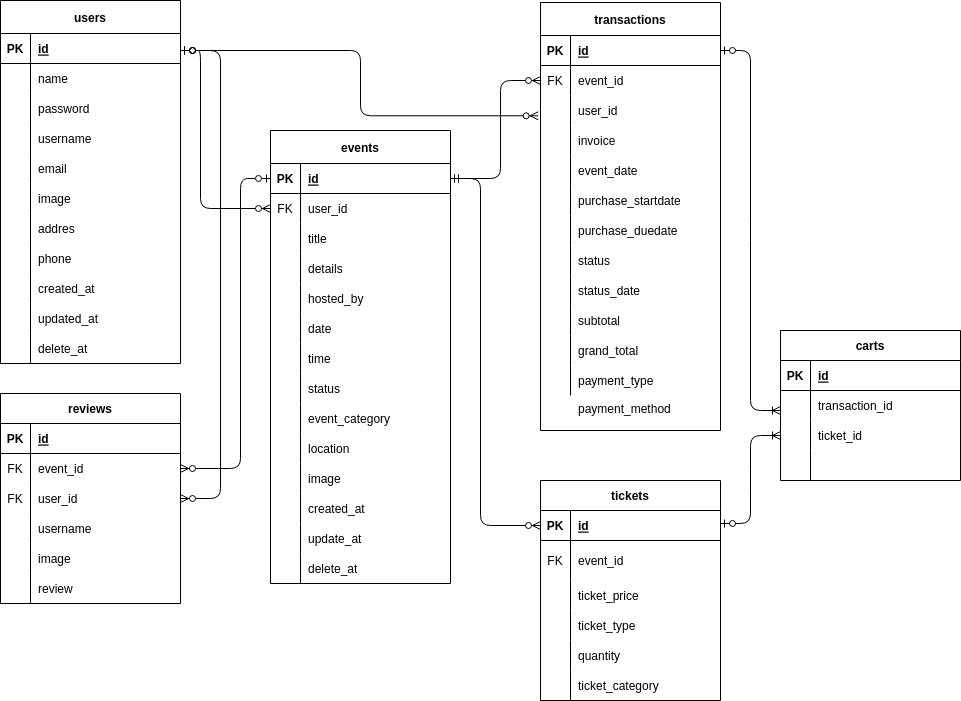
This is docs/ERD Event App.drawio.png from wanta-zulfikri/Event-Planning-App, a draw.io export, as it was before one commit. Source tidied: cells renumbered, new cells last; positions are measured from the earlier drawing's top-left corner, leaving out a move shared by most shapes.
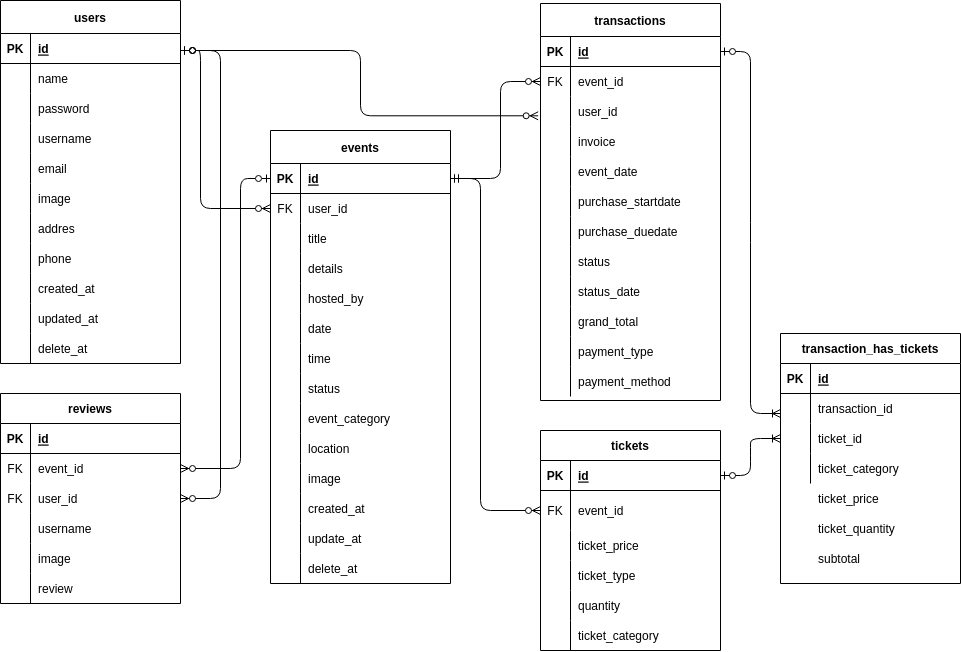
Above is the later version.

Change to the diagram source:
```diff
@@ -234,7 +234,7 @@
       <mxGeometry x="30" width="150" height="30" as="geometry" />
     </mxCell>
     <mxCell id="79" value="transactions" style="shape=table;startSize=33;rowLines=0;fontStyle=1;align=center;" parent="1" vertex="1">
-      <mxGeometry x="540" y="2" width="180" height="428" as="geometry" />
+      <mxGeometry x="540" y="3" width="180" height="397" as="geometry" />
     </mxCell>
     <mxCell id="80" style="shape=tableRow;horizontal=0;startSize=0;swimlaneHead=0;swimlaneBody=0;fillColor=none;points=[[0,0.5],[1,0.5]];portConstraint=eastwest;top=0;left=0;right=0;bottom=1;" parent="79" vertex="1">
       <mxGeometry y="33" width="180" height="30" as="geometry" />
@@ -323,7 +323,7 @@
     <mxCell id="108" style="shape=partialRectangle;fillColor=none;top=0;left=0;bottom=0;right=0;overflow=hidden;" parent="107" vertex="1">
       <mxGeometry width="30" height="30" as="geometry" />
     </mxCell>
-    <mxCell id="109" value="subtotal" style="shape=partialRectangle;fillColor=none;top=0;left=0;bottom=0;right=0;align=left;spacingLeft=6;overflow=hidden;" parent="107" vertex="1">
+    <mxCell id="109" value="grand_total" style="shape=partialRectangle;fillColor=none;top=0;left=0;bottom=0;right=0;align=left;spacingLeft=6;overflow=hidden;" parent="107" vertex="1">
       <mxGeometry x="30" width="150" height="30" as="geometry" />
     </mxCell>
     <mxCell id="110" style="shape=tableRow;horizontal=0;startSize=0;swimlaneHead=0;swimlaneBody=0;fillColor=none;top=0;left=0;right=0;bottom=0;" parent="79" vertex="1">
@@ -332,7 +332,7 @@
     <mxCell id="111" style="shape=partialRectangle;fillColor=none;top=0;left=0;bottom=0;right=0;overflow=hidden;" parent="110" vertex="1">
       <mxGeometry width="30" height="30" as="geometry" />
     </mxCell>
-    <mxCell id="112" value="grand_total" style="shape=partialRectangle;fillColor=none;top=0;left=0;bottom=0;right=0;align=left;spacingLeft=6;overflow=hidden;" parent="110" vertex="1">
+    <mxCell id="112" value="payment_type" style="shape=partialRectangle;fillColor=none;top=0;left=0;bottom=0;right=0;align=left;spacingLeft=6;overflow=hidden;" parent="110" vertex="1">
       <mxGeometry x="30" width="150" height="30" as="geometry" />
     </mxCell>
     <mxCell id="113" style="shape=tableRow;horizontal=0;startSize=0;swimlaneHead=0;swimlaneBody=0;fillColor=none;top=0;left=0;right=0;bottom=0;" parent="79" vertex="1">
@@ -341,7 +341,7 @@
     <mxCell id="114" style="shape=partialRectangle;fillColor=none;top=0;left=0;bottom=0;right=0;overflow=hidden;" parent="113" vertex="1">
       <mxGeometry width="30" height="30" as="geometry" />
     </mxCell>
-    <mxCell id="115" value="payment_type" style="shape=partialRectangle;fillColor=none;top=0;left=0;bottom=0;right=0;align=left;spacingLeft=6;overflow=hidden;" parent="113" vertex="1">
+    <mxCell id="115" value="payment_method" style="shape=partialRectangle;fillColor=none;top=0;left=0;bottom=0;right=0;align=left;spacingLeft=6;overflow=hidden;" parent="113" vertex="1">
       <mxGeometry x="30" width="150" height="30" as="geometry" />
     </mxCell>
     <mxCell id="116" value="reviews" style="shape=table;startSize=30;rowLines=0;fontStyle=1;align=center;" parent="1" vertex="1">
@@ -402,7 +402,7 @@
       <mxGeometry x="30" width="150" height="30" as="geometry" />
     </mxCell>
     <mxCell id="135" value="tickets" style="shape=table;startSize=30;rowLines=0;fontStyle=1;align=center;" parent="1" vertex="1">
-      <mxGeometry x="540" y="480" width="180" height="220" as="geometry" />
+      <mxGeometry x="540" y="430" width="180" height="220" as="geometry" />
     </mxCell>
     <mxCell id="136" style="shape=tableRow;horizontal=0;startSize=0;swimlaneHead=0;swimlaneBody=0;fillColor=none;points=[[0,0.5],[1,0.5]];portConstraint=eastwest;top=0;left=0;right=0;bottom=1;" parent="135" vertex="1">
       <mxGeometry y="30" width="180" height="30" as="geometry" />
@@ -458,7 +458,7 @@
     <mxCell id="153" value="ticket_category" style="shape=partialRectangle;fillColor=none;top=0;left=0;bottom=0;right=0;align=left;spacingLeft=6;overflow=hidden;" parent="151" vertex="1">
       <mxGeometry x="30" width="150" height="30" as="geometry" />
     </mxCell>
-    <mxCell id="154" style="edgeStyle=elbowEdgeStyle;fontSize=12;html=1;endArrow=ERzeroToMany;startArrow=ERmandOne;entryX=0;entryY=0.5;entryDx=0;entryDy=0;exitX=1;exitY=0.5;exitDx=0;exitDy=0;" parent="1" edge="1" source="37" target="136">
+    <mxCell id="154" style="edgeStyle=elbowEdgeStyle;fontSize=12;html=1;endArrow=ERzeroToMany;startArrow=ERmandOne;entryX=0;entryY=0.5;entryDx=0;entryDy=0;exitX=1;exitY=0.5;exitDx=0;exitDy=0;" parent="1" edge="1" source="37" target="139">
       <mxGeometry relative="1" as="geometry">
         <Array as="points">
           <mxPoint x="480" y="350" />
@@ -475,8 +475,8 @@
         </Array>
       </mxGeometry>
     </mxCell>
-    <mxCell id="156" value="carts" style="shape=table;startSize=30;rowLines=0;fontStyle=1;align=center;" parent="1" vertex="1">
-      <mxGeometry x="780" y="330" width="180" height="150" as="geometry" />
+    <mxCell id="156" value="transaction_has_tickets" style="shape=table;startSize=30;rowLines=0;fontStyle=1;align=center;" parent="1" vertex="1">
+      <mxGeometry x="780" y="333" width="180" height="250" as="geometry" />
     </mxCell>
     <mxCell id="157" style="shape=tableRow;horizontal=0;startSize=0;swimlaneHead=0;swimlaneBody=0;fillColor=none;top=0;left=0;right=0;bottom=1;" parent="156" vertex="1">
       <mxGeometry y="30" width="180" height="30" as="geometry" />
@@ -511,7 +511,7 @@
     <mxCell id="167" style="shape=partialRectangle;fillColor=none;top=0;left=0;bottom=0;right=0;overflow=hidden;" parent="166" vertex="1">
       <mxGeometry width="30" height="30" as="geometry" />
     </mxCell>
-    <mxCell id="168" style="shape=partialRectangle;fillColor=none;top=0;left=0;bottom=0;right=0;align=left;spacingLeft=6;overflow=hidden;" parent="166" vertex="1">
+    <mxCell id="168" value="ticket_category" style="shape=partialRectangle;fillColor=none;top=0;left=0;bottom=0;right=0;align=left;spacingLeft=6;overflow=hidden;" parent="166" vertex="1">
       <mxGeometry x="30" width="150" height="30" as="geometry" />
     </mxCell>
     <mxCell id="169" style="edgeStyle=elbowEdgeStyle;fontSize=12;html=1;endArrow=ERzeroToMany;startArrow=ERmandOne;exitX=1;exitY=0.5;exitDx=0;exitDy=0;entryX=0;entryY=0.5;entryDx=0;entryDy=0;" parent="1" edge="1" target="83">
@@ -554,16 +554,20 @@
     <mxCell id="174" style="shape=partialRectangle;fillColor=none;top=0;left=0;bottom=0;right=0;overflow=hidden;" parent="173" vertex="1">
       <mxGeometry width="30" height="30" as="geometry" />
     </mxCell>
-    <mxCell id="175" value="payment_method" style="shape=partialRectangle;fillColor=none;top=0;left=0;bottom=0;right=0;align=left;spacingLeft=6;overflow=hidden;" parent="1" vertex="1">
-      <mxGeometry x="570" y="393" width="150" height="30" as="geometry" />
-    </mxCell>
     <mxCell id="176" style="edgeStyle=entityRelationEdgeStyle;fontSize=12;html=1;endArrow=ERoneToMany;startArrow=ERzeroToOne;entryX=0;entryY=0.667;entryDx=0;entryDy=0;exitX=1;exitY=0.5;exitDx=0;exitDy=0;entryPerimeter=0;" parent="1" edge="1" source="80" target="160">
       <mxGeometry relative="1" as="geometry" />
     </mxCell>
-    <mxCell id="177" style="edgeStyle=entityRelationEdgeStyle;fontSize=12;html=1;endArrow=ERoneToMany;startArrow=ERzeroToOne;entryX=0;entryY=0.5;entryDx=0;entryDy=0;" parent="1" edge="1" target="163">
-      <mxGeometry relative="1" as="geometry">
-        <mxPoint x="720" y="523" as="sourcePoint" />
-      </mxGeometry>
+    <mxCell id="177" style="edgeStyle=entityRelationEdgeStyle;fontSize=12;html=1;endArrow=ERoneToMany;startArrow=ERzeroToOne;entryX=0;entryY=0.5;entryDx=0;entryDy=0;exitX=1;exitY=0.5;exitDx=0;exitDy=0;" parent="1" edge="1" source="136" target="163">
+      <mxGeometry relative="1" as="geometry" />
     </mxCell>
+    <mxCell id="178" value="ticket_price" style="shape=partialRectangle;fillColor=none;top=0;left=0;bottom=0;right=0;align=left;spacingLeft=6;overflow=hidden;" parent="1" vertex="1">
+      <mxGeometry x="810" y="483" width="150" height="30" as="geometry" />
+    </mxCell>
+    <mxCell id="179" value="ticket_quantity" style="shape=partialRectangle;fillColor=none;top=0;left=0;bottom=0;right=0;align=left;spacingLeft=6;overflow=hidden;" parent="1" vertex="1">
+      <mxGeometry x="810" y="513" width="150" height="30" as="geometry" />
+    </mxCell>
+    <mxCell id="180" value="subtotal" style="shape=partialRectangle;fillColor=none;top=0;left=0;bottom=0;right=0;align=left;spacingLeft=6;overflow=hidden;" parent="1" vertex="1">
+      <mxGeometry x="810" y="543" width="150" height="30" as="geometry" />
+    </mxCell>
   </root>
 </mxGraphModel>
```
